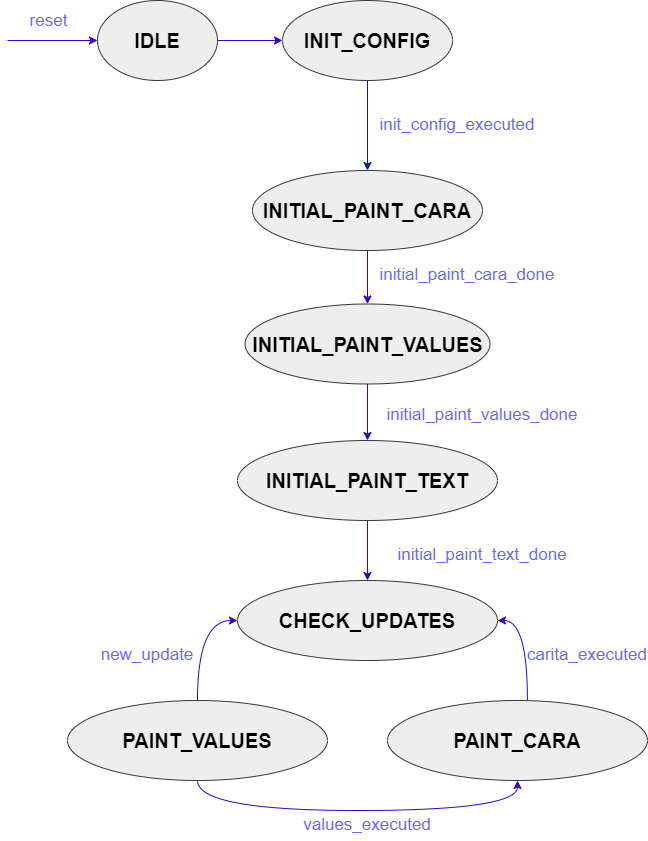
The draw.io diagram figs/lcd/lcd_controller_fsm.png in unal-edigital1-lab/entrega-1-proyecto-grupo01-2024-1, before a commit. Source tidied: cells renumbered, new cells last; positions are measured from the earlier drawing's top-left corner, leaving out a move shared by most shapes.
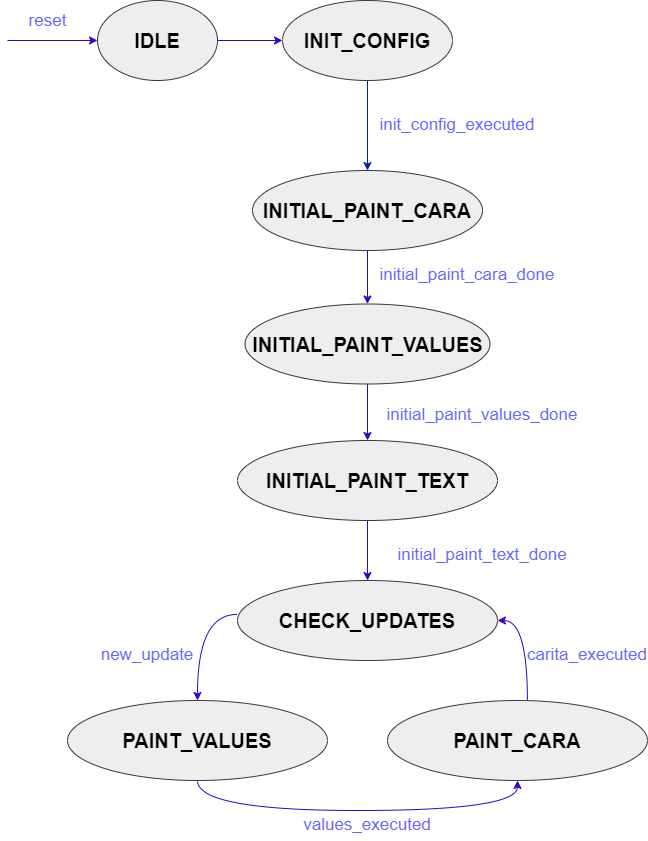
After the change.

The edit, as a diff of the source:
```diff
@@ -43,7 +43,7 @@
         </Array>
       </mxGeometry>
     </mxCell>
-    <mxCell id="14" style="edgeStyle=orthogonalEdgeStyle;rounded=0;jettySize=auto;html=1;entryX=0;entryY=0.5;entryDx=0;entryDy=0;curved=1;fillColor=#6a00ff;strokeColor=#3700CC;" parent="1" edge="1" source="15" target="12">
+    <mxCell id="14" style="edgeStyle=orthogonalEdgeStyle;rounded=0;jettySize=auto;html=1;entryX=0.5;entryY=0;entryDx=0;entryDy=0;curved=1;fillColor=#6a00ff;strokeColor=#3700CC;exitX=-0.003;exitY=0.425;exitDx=0;exitDy=0;exitPerimeter=0;" parent="1" edge="1" source="12" target="15">
       <mxGeometry relative="1" as="geometry" />
     </mxCell>
     <mxCell id="15" value="&lt;span style=&quot;font-size: 20px;&quot;&gt;&lt;b&gt;PAINT_VALUES&lt;/b&gt;&lt;/span&gt;" style="ellipse;whiteSpace=wrap;html=1;fillColor=#eeeeee;strokeColor=#36393d;" parent="1" vertex="1">
```
